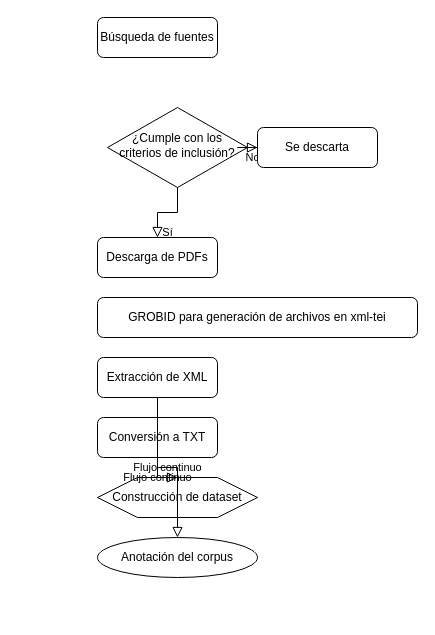
isabel-mm/guacamole keeps this draw.io diagram as Diagrama sin título.drawio. Above is the earlier version. Source tidied: cells renumbered, new cells numbered last; positions are measured from the earlier drawing's top-left corner, leaving out a move shared by most shapes. Both pictures are drawn from the tidied source at 100%, with x=0, y=0 at pixel (97, 17).
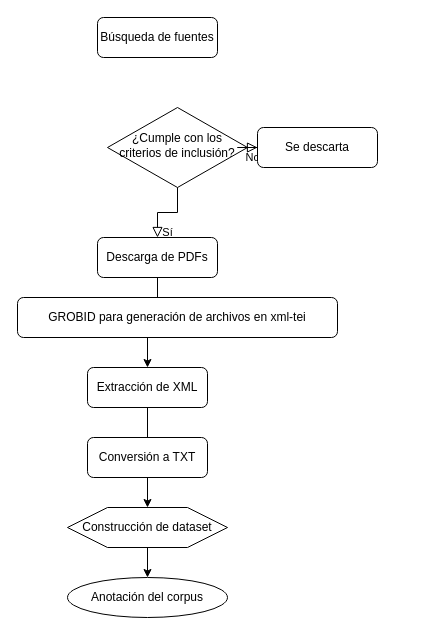
Above is the later version.

Change to the diagram source:
```diff
@@
 <mxGraphModel>
   <root>
     <mxCell id="0" />
     <mxCell id="1" parent="0" />
     <mxCell id="2" value="Búsqueda de fuentes" style="rounded=1;whiteSpace=wrap;html=1;fontSize=12;glass=0;strokeWidth=1;shadow=0;" parent="1" vertex="1">
       <mxGeometry width="120" height="40" as="geometry" />
     </mxCell>
     <mxCell id="3" value="¿Cumple con los criterios de inclusión?" style="rhombus;whiteSpace=wrap;html=1;shadow=0;fontFamily=Helvetica;fontSize=12;align=center;strokeWidth=1;spacing=6;spacingTop=-4;" parent="1" vertex="1">
       <mxGeometry x="10" y="90" width="140" height="80" as="geometry" />
     </mxCell>
     <mxCell id="4" value="Sí" style="rounded=0;html=1;jettySize=auto;fontSize=11;endArrow=block;endFill=0;endSize=8;strokeWidth=1;shadow=0;labelBackgroundColor=none;edgeStyle=orthogonalEdgeStyle;" parent="1" edge="1" source="3" target="7">
       <mxGeometry y="20" relative="1" as="geometry" />
     </mxCell>
     <mxCell id="5" value="No" style="edgeStyle=orthogonalEdgeStyle;rounded=0;html=1;jettySize=auto;fontSize=11;endArrow=block;endFill=0;endSize=8;strokeWidth=1;shadow=0;labelBackgroundColor=none;" parent="1" edge="1" source="3" target="6">
       <mxGeometry y="10" relative="1" as="geometry" />
     </mxCell>
     <mxCell id="6" value="Se descarta" style="rounded=1;whiteSpace=wrap;html=1;fontSize=12;glass=0;strokeWidth=1;shadow=0;" parent="1" vertex="1">
       <mxGeometry x="160" y="110" width="120" height="40" as="geometry" />
     </mxCell>
+    <mxCell id="15" style="edgeStyle=orthogonalEdgeStyle;rounded=0;jettySize=auto;html=1;" parent="1" edge="1" source="7" target="9">
+      <mxGeometry relative="1" as="geometry" />
+    </mxCell>
     <mxCell id="7" value="Descarga de PDFs" style="rounded=1;whiteSpace=wrap;html=1;fontSize=12;glass=0;strokeWidth=1;shadow=0;" parent="1" vertex="1">
       <mxGeometry y="220" width="120" height="40" as="geometry" />
     </mxCell>
     <mxCell id="8" value="GROBID para generación de archivos en xml-tei" style="rounded=1;whiteSpace=wrap;html=1;fontSize=12;glass=0;strokeWidth=1;shadow=0;" parent="1" vertex="1">
-      <mxGeometry y="280" width="320" height="40" as="geometry" />
+      <mxGeometry x="-80" y="280" width="320" height="40" as="geometry" />
     </mxCell>
+    <mxCell id="16" style="edgeStyle=orthogonalEdgeStyle;rounded=0;jettySize=auto;html=1;" parent="1" edge="1" source="9" target="11">
+      <mxGeometry relative="1" as="geometry" />
+    </mxCell>
     <mxCell id="9" value="Extracción de XML" style="rounded=1;whiteSpace=wrap;html=1;fontSize=12;glass=0;strokeWidth=1;shadow=0;" parent="1" vertex="1">
-      <mxGeometry y="340" width="120" height="40" as="geometry" />
+      <mxGeometry x="-10" y="350" width="120" height="40" as="geometry" />
     </mxCell>
     <mxCell id="10" value="Conversión a TXT" style="rounded=1;whiteSpace=wrap;html=1;fontSize=12;glass=0;strokeWidth=1;shadow=0;" parent="1" vertex="1">
-      <mxGeometry y="400" width="120" height="40" as="geometry" />
+      <mxGeometry x="-10" y="420" width="120" height="40" as="geometry" />
     </mxCell>
+    <mxCell id="17" style="edgeStyle=orthogonalEdgeStyle;rounded=0;jettySize=auto;html=1;" parent="1" edge="1" source="11" target="12">
+      <mxGeometry relative="1" as="geometry" />
+    </mxCell>
     <mxCell id="11" value="Construcción de dataset" style="shape=hexagon;whiteSpace=wrap;html=1;fontSize=12;glass=0;strokeWidth=1;shadow=0;" parent="1" vertex="1">
-      <mxGeometry y="460" width="160" height="40" as="geometry" />
+      <mxGeometry x="-30" y="490" width="160" height="40" as="geometry" />
     </mxCell>
     <mxCell id="12" value="Anotación del corpus" style="shape=ellipse;whiteSpace=wrap;html=1;fontSize=12;glass=0;strokeWidth=1;shadow=0;" parent="1" vertex="1">
-      <mxGeometry y="520" width="160" height="40" as="geometry" />
+      <mxGeometry x="-30" y="560" width="160" height="40" as="geometry" />
     </mxCell>
-    <mxCell id="13" value="Flujo continuo" style="edgeStyle=orthogonalEdgeStyle;rounded=0;html=1;jettySize=auto;fontSize=11;endArrow=block;endFill=0;endSize=8;strokeWidth=1;shadow=0;labelBackgroundColor=none;" parent="1" edge="1" source="10" target="11">
-      <mxGeometry relative="1" as="geometry" />
-    </mxCell>
-    <mxCell id="14" value="Flujo continuo" style="edgeStyle=orthogonalEdgeStyle;rounded=0;html=1;jettySize=auto;fontSize=11;endArrow=block;endFill=0;endSize=8;strokeWidth=1;shadow=0;labelBackgroundColor=none;" parent="1" edge="1" source="9" target="12">
-      <mxGeometry relative="1" as="geometry" />
-    </mxCell>
   </root>
 </mxGraphModel>
```
